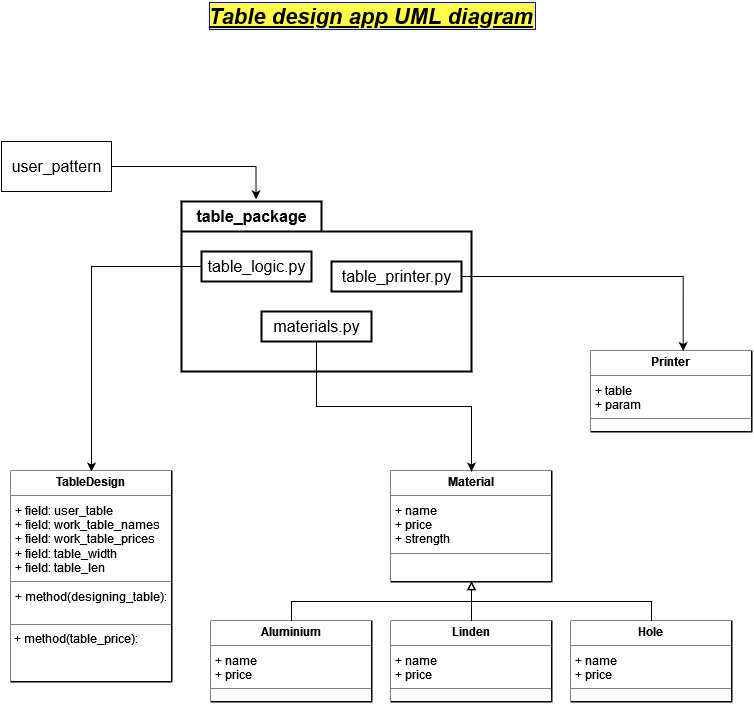
Before: Table/images/Table_design_UML.drawio.png, a diagram exported from draw.io (jordrag/Exercises). Source tidied: cells renumbered, new cells last; positions are measured from the earlier drawing's top-left corner, leaving out a move shared by most shapes. Source of this version:
```xml
<mxGraphModel>
  <root>
    <mxCell id="0" />
    <mxCell id="1" parent="0" />
    <mxCell id="2" value="Table design app UML diagram" style="text;align=center;fontStyle=7;verticalAlign=middle;spacingLeft=3;spacingRight=3;strokeColor=none;fillColor=none;rounded=0;glass=0;fontSize=22;labelBackgroundColor=#FFFF45;labelBorderColor=#0000FF;" parent="1" vertex="1">
      <mxGeometry x="290" width="160" height="26" as="geometry" />
    </mxCell>
    <mxCell id="3" style="edgeStyle=orthogonalEdgeStyle;rounded=0;jettySize=auto;html=1;exitX=1;exitY=0.5;exitDx=0;exitDy=0;entryX=0.257;entryY=-0.013;entryDx=0;entryDy=0;entryPerimeter=0;fontSize=16;startArrow=none;startFill=0;endArrow=classic;endFill=1;" parent="1" edge="1" source="4" target="5">
      <mxGeometry relative="1" as="geometry" />
    </mxCell>
    <mxCell id="4" value="user_pattern" style="html=1;rounded=0;glass=0;labelBackgroundColor=#FFFFFF;labelBorderColor=none;fontSize=16;fillColor=none;" parent="1" vertex="1">
      <mxGeometry y="140" width="110" height="50" as="geometry" />
    </mxCell>
    <mxCell id="5" value="table_package" style="shape=folder;fontStyle=1;tabWidth=140;tabHeight=30;tabPosition=left;html=1;boundedLbl=1;labelInHeader=1;rounded=0;glass=0;labelBackgroundColor=#FFFFFF;labelBorderColor=none;fillStyle=solid;strokeColor=default;strokeWidth=2;fontSize=16;fillColor=none;gradientColor=default;" parent="1" vertex="1">
      <mxGeometry x="180" y="200" width="290" height="170" as="geometry" />
    </mxCell>
    <mxCell id="6" value="table_logic.py" style="html=1;rounded=0;glass=0;labelBackgroundColor=#FFFFFF;labelBorderColor=none;fillStyle=solid;strokeColor=default;strokeWidth=2;fontSize=16;fillColor=none;gradientColor=default;" parent="5" vertex="1">
      <mxGeometry width="110" height="30" relative="1" as="geometry">
        <mxPoint x="20" y="50" as="offset" />
      </mxGeometry>
    </mxCell>
    <mxCell id="7" value="materials.py" style="html=1;rounded=0;glass=0;labelBackgroundColor=#FFFFFF;labelBorderColor=none;fillStyle=solid;strokeColor=default;strokeWidth=2;fontSize=16;fillColor=none;gradientColor=default;" parent="5" vertex="1">
      <mxGeometry x="80" y="110" width="110" height="30" as="geometry" />
    </mxCell>
    <mxCell id="8" style="edgeStyle=orthogonalEdgeStyle;rounded=0;jettySize=auto;html=1;exitX=0;exitY=0.5;exitDx=0;exitDy=0;entryX=0.5;entryY=0;entryDx=0;entryDy=0;fontSize=16;startArrow=none;startFill=0;endArrow=classic;endFill=1;" parent="5" edge="1" source="6" target="10">
      <mxGeometry relative="1" as="geometry" />
    </mxCell>
    <mxCell id="9" value="table_printer.py" style="html=1;rounded=0;glass=0;labelBackgroundColor=#FFFFFF;labelBorderColor=none;fillStyle=solid;strokeColor=default;strokeWidth=2;fontSize=16;fillColor=none;gradientColor=default;" parent="5" vertex="1">
      <mxGeometry x="150" y="60" width="130" height="30" as="geometry" />
    </mxCell>
    <mxCell id="10" value="&lt;p style=&quot;margin:0px;margin-top:4px;text-align:center;&quot;&gt;&lt;b&gt;TableDesign&lt;/b&gt;&lt;br&gt;&lt;/p&gt;&lt;hr size=&quot;1&quot;&gt;&lt;p style=&quot;margin:0px;margin-left:4px;&quot;&gt;+ field: user_table&lt;/p&gt;&lt;p style=&quot;margin:0px;margin-left:4px;&quot;&gt;+ field: work_table_names&lt;br&gt;&lt;/p&gt;&lt;p style=&quot;margin:0px;margin-left:4px;&quot;&gt;+ field: work_table_prices&lt;br&gt;&lt;/p&gt;&lt;p style=&quot;margin:0px;margin-left:4px;&quot;&gt;+ field: table_width&lt;br&gt;&lt;/p&gt;&lt;p style=&quot;margin:0px;margin-left:4px;&quot;&gt;+ field: table_len&lt;br&gt;&lt;/p&gt;&lt;hr size=&quot;1&quot;&gt;&lt;p style=&quot;margin:0px;margin-left:4px;&quot;&gt;+ method(designing_table):&lt;/p&gt;&lt;p style=&quot;margin:0px;margin-left:4px;&quot;&gt;&lt;br&gt;&lt;/p&gt;&lt;hr size=&quot;1&quot;&gt;&amp;nbsp;+ method(table_price):&lt;p style=&quot;margin:0px;margin-left:4px;&quot;&gt;&amp;nbsp;&lt;/p&gt;" style="verticalAlign=top;align=left;overflow=fill;fontSize=12;fontFamily=Helvetica;html=1;rounded=0;glass=0;labelBackgroundColor=#FFFFFF;labelBorderColor=none;fillColor=none;perimeterSpacing=0;strokeColor=default;strokeWidth=2;fillStyle=solid;gradientColor=default;" parent="1" vertex="1">
      <mxGeometry x="10" y="470" width="160" height="210" as="geometry" />
    </mxCell>
    <mxCell id="11" value="&lt;p style=&quot;margin:0px;margin-top:4px;text-align:center;&quot;&gt;&lt;b&gt;Material&lt;/b&gt;&lt;br&gt;&lt;/p&gt;&lt;hr size=&quot;1&quot;&gt;&lt;p style=&quot;margin:0px;margin-left:4px;&quot;&gt;+ name&lt;br&gt;&lt;/p&gt;&lt;p style=&quot;margin:0px;margin-left:4px;&quot;&gt;+ price&lt;br&gt;&lt;/p&gt;&lt;p style=&quot;margin:0px;margin-left:4px;&quot;&gt;+ strength&lt;br&gt;&lt;/p&gt;&lt;hr size=&quot;1&quot;&gt;" style="verticalAlign=top;align=left;overflow=fill;fontSize=12;fontFamily=Helvetica;html=1;rounded=0;glass=0;labelBackgroundColor=#FFFFFF;labelBorderColor=none;fillColor=none;perimeterSpacing=0;strokeColor=default;strokeWidth=2;fillStyle=solid;gradientColor=default;" parent="1" vertex="1">
      <mxGeometry x="390" y="470" width="160" height="110" as="geometry" />
    </mxCell>
    <mxCell id="12" style="edgeStyle=orthogonalEdgeStyle;rounded=0;jettySize=auto;html=1;exitX=0.5;exitY=0;exitDx=0;exitDy=0;entryX=0.5;entryY=1;entryDx=0;entryDy=0;fontSize=16;endArrow=block;endFill=0;" parent="1" edge="1" source="13" target="11">
      <mxGeometry relative="1" as="geometry" />
    </mxCell>
    <mxCell id="13" value="&lt;p style=&quot;margin:0px;margin-top:4px;text-align:center;&quot;&gt;&lt;b&gt;Aluminium&lt;/b&gt;&lt;br&gt;&lt;/p&gt;&lt;hr size=&quot;1&quot;&gt;&lt;p style=&quot;margin:0px;margin-left:4px;&quot;&gt;+ name&lt;br&gt;&lt;/p&gt;&lt;p style=&quot;margin:0px;margin-left:4px;&quot;&gt;+ price&lt;br&gt;&lt;/p&gt;&lt;hr size=&quot;1&quot;&gt;" style="verticalAlign=top;align=left;overflow=fill;fontSize=12;fontFamily=Helvetica;html=1;rounded=0;glass=0;labelBackgroundColor=#FFFFFF;labelBorderColor=none;fillColor=none;perimeterSpacing=0;strokeColor=default;strokeWidth=2;fillStyle=solid;gradientColor=default;" parent="1" vertex="1">
      <mxGeometry x="210" y="620" width="160" height="80" as="geometry" />
    </mxCell>
    <mxCell id="14" style="edgeStyle=orthogonalEdgeStyle;rounded=0;jettySize=auto;html=1;exitX=0.5;exitY=0;exitDx=0;exitDy=0;fontSize=16;" parent="1" edge="1" source="16">
      <mxGeometry relative="1" as="geometry">
        <mxPoint x="470" y="620" as="targetPoint" />
      </mxGeometry>
    </mxCell>
    <mxCell id="15" style="edgeStyle=orthogonalEdgeStyle;rounded=0;jettySize=auto;html=1;exitX=0.5;exitY=0;exitDx=0;exitDy=0;entryX=0.5;entryY=1;entryDx=0;entryDy=0;fontSize=16;endArrow=block;endFill=0;" parent="1" edge="1" source="16" target="11">
      <mxGeometry relative="1" as="geometry" />
    </mxCell>
    <mxCell id="16" value="&lt;p style=&quot;margin:0px;margin-top:4px;text-align:center;&quot;&gt;&lt;b&gt;Linden&lt;/b&gt;&lt;br&gt;&lt;/p&gt;&lt;hr size=&quot;1&quot;&gt;&lt;p style=&quot;margin:0px;margin-left:4px;&quot;&gt;+ name&lt;br&gt;&lt;/p&gt;&lt;p style=&quot;margin:0px;margin-left:4px;&quot;&gt;+ price&lt;br&gt;&lt;/p&gt;&lt;hr size=&quot;1&quot;&gt;" style="verticalAlign=top;align=left;overflow=fill;fontSize=12;fontFamily=Helvetica;html=1;rounded=0;glass=0;labelBackgroundColor=#FFFFFF;labelBorderColor=none;fillColor=none;perimeterSpacing=0;strokeColor=default;strokeWidth=2;fillStyle=solid;gradientColor=default;" parent="1" vertex="1">
      <mxGeometry x="390" y="620" width="160" height="80" as="geometry" />
    </mxCell>
    <mxCell id="17" style="edgeStyle=orthogonalEdgeStyle;jettySize=auto;html=1;exitX=0.5;exitY=0;exitDx=0;exitDy=0;entryX=0.5;entryY=1;entryDx=0;entryDy=0;fontSize=16;endArrow=block;endFill=0;rounded=0;startArrow=none;startFill=0;" parent="1" edge="1" source="18" target="11">
      <mxGeometry relative="1" as="geometry" />
    </mxCell>
    <mxCell id="18" value="&lt;p style=&quot;margin:0px;margin-top:4px;text-align:center;&quot;&gt;&lt;b&gt;Hole&lt;/b&gt;&lt;br&gt;&lt;/p&gt;&lt;hr size=&quot;1&quot;&gt;&lt;p style=&quot;margin:0px;margin-left:4px;&quot;&gt;+ name&lt;br&gt;&lt;/p&gt;&lt;p style=&quot;margin:0px;margin-left:4px;&quot;&gt;+ price&lt;br&gt;&lt;/p&gt;&lt;hr size=&quot;1&quot;&gt;" style="verticalAlign=top;align=left;overflow=fill;fontSize=12;fontFamily=Helvetica;html=1;rounded=0;glass=0;labelBackgroundColor=#FFFFFF;labelBorderColor=none;fillColor=none;perimeterSpacing=0;strokeColor=default;strokeWidth=2;fillStyle=solid;gradientColor=default;" parent="1" vertex="1">
      <mxGeometry x="570" y="620" width="160" height="80" as="geometry" />
    </mxCell>
    <mxCell id="19" value="&lt;p style=&quot;margin:0px;margin-top:4px;text-align:center;&quot;&gt;&lt;b&gt;Printer&lt;/b&gt;&lt;br&gt;&lt;/p&gt;&lt;hr size=&quot;1&quot;&gt;&lt;p style=&quot;margin:0px;margin-left:4px;&quot;&gt;+ table&lt;br&gt;&lt;/p&gt;&lt;p style=&quot;margin:0px;margin-left:4px;&quot;&gt;+ param&lt;br&gt;&lt;/p&gt;&lt;hr size=&quot;1&quot;&gt;" style="verticalAlign=top;align=left;overflow=fill;fontSize=12;fontFamily=Helvetica;html=1;rounded=0;glass=0;labelBackgroundColor=#FFFFFF;labelBorderColor=none;fillColor=none;perimeterSpacing=0;strokeColor=default;strokeWidth=2;fillStyle=solid;gradientColor=default;" parent="1" vertex="1">
      <mxGeometry x="590" y="350" width="160" height="80" as="geometry" />
    </mxCell>
    <mxCell id="20" style="edgeStyle=orthogonalEdgeStyle;rounded=0;jettySize=auto;html=1;exitX=0.5;exitY=1;exitDx=0;exitDy=0;fontSize=16;startArrow=none;startFill=0;endArrow=classic;endFill=1;" parent="1" edge="1" source="7" target="11">
      <mxGeometry relative="1" as="geometry" />
    </mxCell>
    <mxCell id="21" style="edgeStyle=orthogonalEdgeStyle;rounded=0;jettySize=auto;html=1;exitX=1;exitY=0.5;exitDx=0;exitDy=0;entryX=0.573;entryY=-0.006;entryDx=0;entryDy=0;entryPerimeter=0;fontSize=16;startArrow=none;startFill=0;endArrow=classic;endFill=1;" parent="1" edge="1" source="9" target="19">
      <mxGeometry relative="1" as="geometry" />
    </mxCell>
  </root>
</mxGraphModel>
```
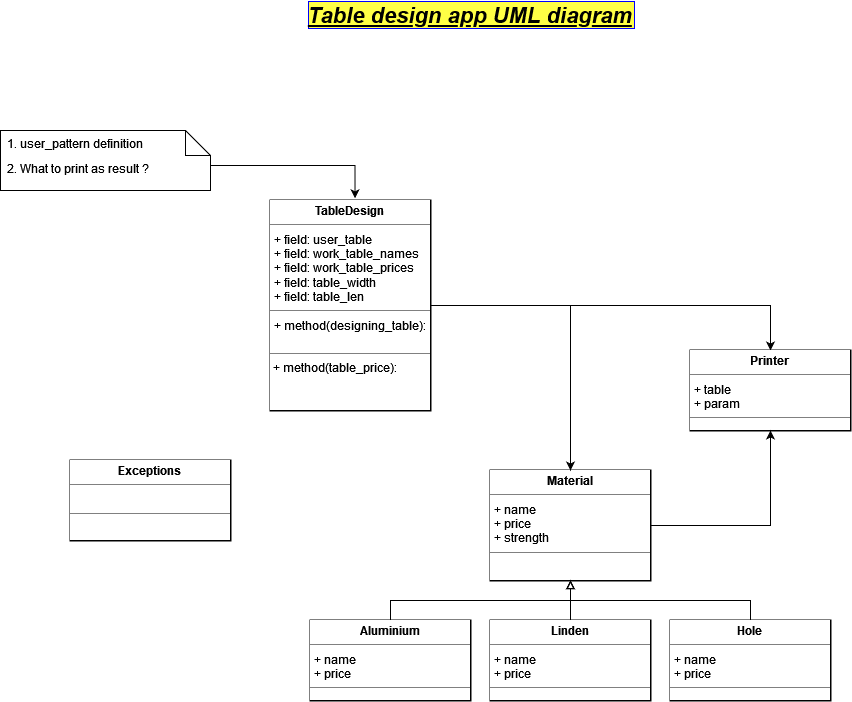
After the commit.

Commit message:
Extended version with printing each block price and error check.

What changed in the source:
```diff
@@ -5,31 +5,14 @@
     <mxCell id="2" value="Table design app UML diagram" style="text;align=center;fontStyle=7;verticalAlign=middle;spacingLeft=3;spacingRight=3;strokeColor=none;fillColor=none;rounded=0;glass=0;fontSize=22;labelBackgroundColor=#FFFF45;labelBorderColor=#0000FF;" parent="1" vertex="1">
       <mxGeometry x="290" width="160" height="26" as="geometry" />
     </mxCell>
-    <mxCell id="3" style="edgeStyle=orthogonalEdgeStyle;rounded=0;jettySize=auto;html=1;exitX=1;exitY=0.5;exitDx=0;exitDy=0;entryX=0.257;entryY=-0.013;entryDx=0;entryDy=0;entryPerimeter=0;fontSize=16;startArrow=none;startFill=0;endArrow=classic;endFill=1;" parent="1" edge="1" source="4" target="5">
-      <mxGeometry relative="1" as="geometry" />
+    <mxCell id="3" style="edgeStyle=orthogonalEdgeStyle;rounded=0;orthogonalLoop=1;jettySize=auto;html=1;exitX=1;exitY=0.5;exitDx=0;exitDy=0;entryX=0.257;entryY=-0.013;entryDx=0;entryDy=0;entryPerimeter=0;fontSize=16;startArrow=none;startFill=0;endArrow=classic;endFill=1;" parent="1" edge="1">
+      <mxGeometry relative="1" as="geometry">
+        <mxPoint x="110" y="165" as="sourcePoint" />
+        <mxPoint x="254.5" y="197.8" as="targetPoint" />
+      </mxGeometry>
     </mxCell>
-    <mxCell id="4" value="user_pattern" style="html=1;rounded=0;glass=0;labelBackgroundColor=#FFFFFF;labelBorderColor=none;fontSize=16;fillColor=none;" parent="1" vertex="1">
-      <mxGeometry y="140" width="110" height="50" as="geometry" />
-    </mxCell>
-    <mxCell id="5" value="table_package" style="shape=folder;fontStyle=1;tabWidth=140;tabHeight=30;tabPosition=left;html=1;boundedLbl=1;labelInHeader=1;rounded=0;glass=0;labelBackgroundColor=#FFFFFF;labelBorderColor=none;fillStyle=solid;strokeColor=default;strokeWidth=2;fontSize=16;fillColor=none;gradientColor=default;" parent="1" vertex="1">
-      <mxGeometry x="180" y="200" width="290" height="170" as="geometry" />
-    </mxCell>
-    <mxCell id="6" value="table_logic.py" style="html=1;rounded=0;glass=0;labelBackgroundColor=#FFFFFF;labelBorderColor=none;fillStyle=solid;strokeColor=default;strokeWidth=2;fontSize=16;fillColor=none;gradientColor=default;" parent="5" vertex="1">
-      <mxGeometry width="110" height="30" relative="1" as="geometry">
-        <mxPoint x="20" y="50" as="offset" />
-      </mxGeometry>
-    </mxCell>
-    <mxCell id="7" value="materials.py" style="html=1;rounded=0;glass=0;labelBackgroundColor=#FFFFFF;labelBorderColor=none;fillStyle=solid;strokeColor=default;strokeWidth=2;fontSize=16;fillColor=none;gradientColor=default;" parent="5" vertex="1">
-      <mxGeometry x="80" y="110" width="110" height="30" as="geometry" />
-    </mxCell>
-    <mxCell id="8" style="edgeStyle=orthogonalEdgeStyle;rounded=0;jettySize=auto;html=1;exitX=0;exitY=0.5;exitDx=0;exitDy=0;entryX=0.5;entryY=0;entryDx=0;entryDy=0;fontSize=16;startArrow=none;startFill=0;endArrow=classic;endFill=1;" parent="5" edge="1" source="6" target="10">
-      <mxGeometry relative="1" as="geometry" />
-    </mxCell>
-    <mxCell id="9" value="table_printer.py" style="html=1;rounded=0;glass=0;labelBackgroundColor=#FFFFFF;labelBorderColor=none;fillStyle=solid;strokeColor=default;strokeWidth=2;fontSize=16;fillColor=none;gradientColor=default;" parent="5" vertex="1">
-      <mxGeometry x="150" y="60" width="130" height="30" as="geometry" />
-    </mxCell>
     <mxCell id="10" value="&lt;p style=&quot;margin:0px;margin-top:4px;text-align:center;&quot;&gt;&lt;b&gt;TableDesign&lt;/b&gt;&lt;br&gt;&lt;/p&gt;&lt;hr size=&quot;1&quot;&gt;&lt;p style=&quot;margin:0px;margin-left:4px;&quot;&gt;+ field: user_table&lt;/p&gt;&lt;p style=&quot;margin:0px;margin-left:4px;&quot;&gt;+ field: work_table_names&lt;br&gt;&lt;/p&gt;&lt;p style=&quot;margin:0px;margin-left:4px;&quot;&gt;+ field: work_table_prices&lt;br&gt;&lt;/p&gt;&lt;p style=&quot;margin:0px;margin-left:4px;&quot;&gt;+ field: table_width&lt;br&gt;&lt;/p&gt;&lt;p style=&quot;margin:0px;margin-left:4px;&quot;&gt;+ field: table_len&lt;br&gt;&lt;/p&gt;&lt;hr size=&quot;1&quot;&gt;&lt;p style=&quot;margin:0px;margin-left:4px;&quot;&gt;+ method(designing_table):&lt;/p&gt;&lt;p style=&quot;margin:0px;margin-left:4px;&quot;&gt;&lt;br&gt;&lt;/p&gt;&lt;hr size=&quot;1&quot;&gt;&amp;nbsp;+ method(table_price):&lt;p style=&quot;margin:0px;margin-left:4px;&quot;&gt;&amp;nbsp;&lt;/p&gt;" style="verticalAlign=top;align=left;overflow=fill;fontSize=12;fontFamily=Helvetica;html=1;rounded=0;glass=0;labelBackgroundColor=#FFFFFF;labelBorderColor=none;fillColor=none;perimeterSpacing=0;strokeColor=default;strokeWidth=2;fillStyle=solid;gradientColor=default;" parent="1" vertex="1">
-      <mxGeometry x="10" y="470" width="160" height="210" as="geometry" />
+      <mxGeometry x="170" y="200" width="160" height="210" as="geometry" />
     </mxCell>
     <mxCell id="11" value="&lt;p style=&quot;margin:0px;margin-top:4px;text-align:center;&quot;&gt;&lt;b&gt;Material&lt;/b&gt;&lt;br&gt;&lt;/p&gt;&lt;hr size=&quot;1&quot;&gt;&lt;p style=&quot;margin:0px;margin-left:4px;&quot;&gt;+ name&lt;br&gt;&lt;/p&gt;&lt;p style=&quot;margin:0px;margin-left:4px;&quot;&gt;+ price&lt;br&gt;&lt;/p&gt;&lt;p style=&quot;margin:0px;margin-left:4px;&quot;&gt;+ strength&lt;br&gt;&lt;/p&gt;&lt;hr size=&quot;1&quot;&gt;" style="verticalAlign=top;align=left;overflow=fill;fontSize=12;fontFamily=Helvetica;html=1;rounded=0;glass=0;labelBackgroundColor=#FFFFFF;labelBorderColor=none;fillColor=none;perimeterSpacing=0;strokeColor=default;strokeWidth=2;fillStyle=solid;gradientColor=default;" parent="1" vertex="1">
       <mxGeometry x="390" y="470" width="160" height="110" as="geometry" />
@@ -57,14 +40,26 @@
     <mxCell id="18" value="&lt;p style=&quot;margin:0px;margin-top:4px;text-align:center;&quot;&gt;&lt;b&gt;Hole&lt;/b&gt;&lt;br&gt;&lt;/p&gt;&lt;hr size=&quot;1&quot;&gt;&lt;p style=&quot;margin:0px;margin-left:4px;&quot;&gt;+ name&lt;br&gt;&lt;/p&gt;&lt;p style=&quot;margin:0px;margin-left:4px;&quot;&gt;+ price&lt;br&gt;&lt;/p&gt;&lt;hr size=&quot;1&quot;&gt;" style="verticalAlign=top;align=left;overflow=fill;fontSize=12;fontFamily=Helvetica;html=1;rounded=0;glass=0;labelBackgroundColor=#FFFFFF;labelBorderColor=none;fillColor=none;perimeterSpacing=0;strokeColor=default;strokeWidth=2;fillStyle=solid;gradientColor=default;" parent="1" vertex="1">
       <mxGeometry x="570" y="620" width="160" height="80" as="geometry" />
     </mxCell>
+    <mxCell id="22" style="edgeStyle=orthogonalEdgeStyle;rounded=0;jettySize=auto;html=1;exitX=0.5;exitY=0;exitDx=0;exitDy=0;startArrow=classic;startFill=1;endArrow=none;endFill=0;" parent="1" edge="1" source="19" target="10">
+      <mxGeometry relative="1" as="geometry" />
+    </mxCell>
     <mxCell id="19" value="&lt;p style=&quot;margin:0px;margin-top:4px;text-align:center;&quot;&gt;&lt;b&gt;Printer&lt;/b&gt;&lt;br&gt;&lt;/p&gt;&lt;hr size=&quot;1&quot;&gt;&lt;p style=&quot;margin:0px;margin-left:4px;&quot;&gt;+ table&lt;br&gt;&lt;/p&gt;&lt;p style=&quot;margin:0px;margin-left:4px;&quot;&gt;+ param&lt;br&gt;&lt;/p&gt;&lt;hr size=&quot;1&quot;&gt;" style="verticalAlign=top;align=left;overflow=fill;fontSize=12;fontFamily=Helvetica;html=1;rounded=0;glass=0;labelBackgroundColor=#FFFFFF;labelBorderColor=none;fillColor=none;perimeterSpacing=0;strokeColor=default;strokeWidth=2;fillStyle=solid;gradientColor=default;" parent="1" vertex="1">
       <mxGeometry x="590" y="350" width="160" height="80" as="geometry" />
     </mxCell>
-    <mxCell id="20" style="edgeStyle=orthogonalEdgeStyle;rounded=0;jettySize=auto;html=1;exitX=0.5;exitY=1;exitDx=0;exitDy=0;fontSize=16;startArrow=none;startFill=0;endArrow=classic;endFill=1;" parent="1" edge="1" source="7" target="11">
+    <mxCell id="20" style="edgeStyle=orthogonalEdgeStyle;rounded=0;jettySize=auto;html=1;exitX=1;exitY=0.5;exitDx=0;exitDy=0;fontSize=16;startArrow=none;startFill=0;endArrow=classic;endFill=1;" parent="1" edge="1" source="10" target="11">
       <mxGeometry relative="1" as="geometry" />
     </mxCell>
-    <mxCell id="21" style="edgeStyle=orthogonalEdgeStyle;rounded=0;jettySize=auto;html=1;exitX=1;exitY=0.5;exitDx=0;exitDy=0;entryX=0.573;entryY=-0.006;entryDx=0;entryDy=0;entryPerimeter=0;fontSize=16;startArrow=none;startFill=0;endArrow=classic;endFill=1;" parent="1" edge="1" source="9" target="19">
+    <mxCell id="21" style="edgeStyle=orthogonalEdgeStyle;rounded=0;jettySize=auto;html=1;fontSize=16;startArrow=none;startFill=0;endArrow=classic;endFill=1;" parent="1" edge="1" source="11" target="19">
       <mxGeometry relative="1" as="geometry" />
     </mxCell>
+    <mxCell id="23" value="2. What to print as result ?" style="shape=note2;boundedLbl=1;whiteSpace=wrap;html=1;size=25;verticalAlign=top;align=left;spacingLeft=5;" parent="1" vertex="1">
+      <mxGeometry x="-100" y="130" width="210" height="60" as="geometry" />
+    </mxCell>
+    <mxCell id="24" value="1. user_pattern definition" style="strokeColor=none;fillColor=none;align=left;spacingLeft=5;" parent="23" vertex="1">
+      <mxGeometry width="196.88" height="25" relative="1" as="geometry" />
+    </mxCell>
+    <mxCell id="25" value="&lt;p style=&quot;margin:0px;margin-top:4px;text-align:center;&quot;&gt;&lt;b&gt;Exceptions&lt;/b&gt;&lt;br&gt;&lt;/p&gt;&lt;hr size=&quot;1&quot;&gt;&lt;br&gt;&lt;hr size=&quot;1&quot;&gt;" style="verticalAlign=top;align=left;overflow=fill;fontSize=12;fontFamily=Helvetica;html=1;rounded=0;glass=0;labelBackgroundColor=#FFFFFF;labelBorderColor=none;fillColor=none;perimeterSpacing=0;strokeColor=default;strokeWidth=2;fillStyle=solid;gradientColor=default;" parent="1" vertex="1">
+      <mxGeometry x="-30" y="460" width="160" height="80" as="geometry" />
+    </mxCell>
   </root>
 </mxGraphModel>
```
